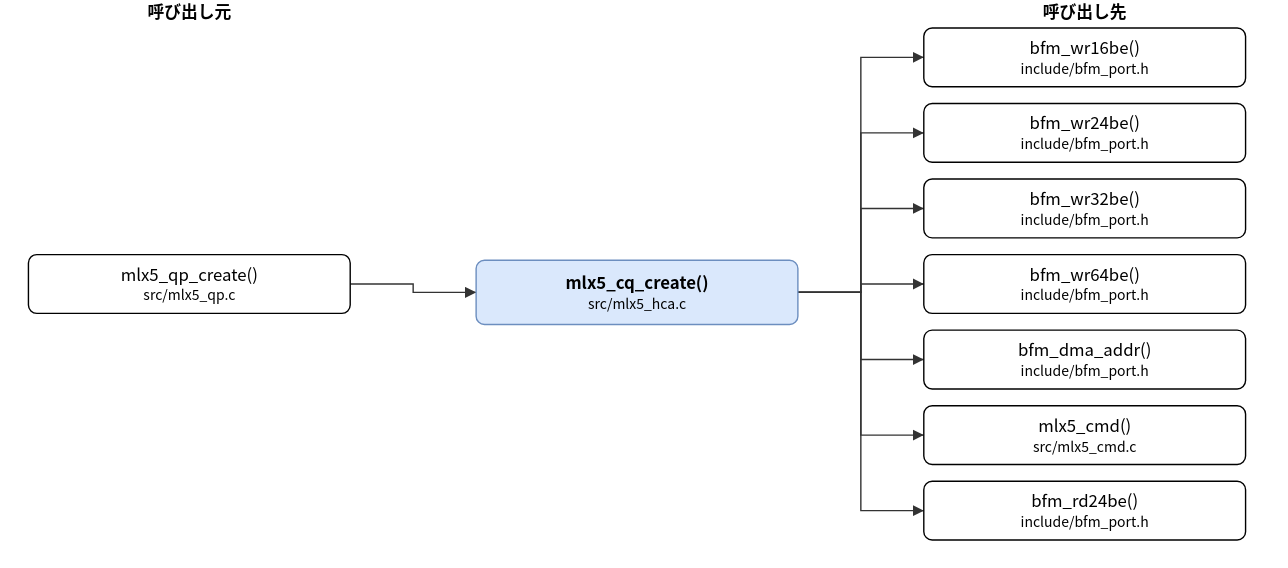
The draw.io diagram doc/spec/images/call_src_mlx5_hca-mlx5_cq_create.drawio.svg in hf355051012-ai/bfmem, before a commit. Source tidied: cells renumbered, new cells last; positions are measured from the earlier drawing's top-left corner, leaving out a move shared by most shapes. Its diagram source:
```xml
<mxGraphModel>
  <root>
    <mxCell id="0" />
    <mxCell id="1" parent="0" />
    <mxCell id="2" value="mlx5_cq_create()&lt;br&gt;&lt;font style=&quot;font-size:10px&quot;&gt;src/mlx5_hca.c&lt;/font&gt;" style="rounded=1;whiteSpace=wrap;html=1;fillColor=#dae8fc;strokeColor=#6c8ebf;fontStyle=1;" parent="1" vertex="1">
      <mxGeometry x="320" y="186" width="230" height="46" as="geometry" />
    </mxCell>
    <mxCell id="3" value="mlx5_qp_create()&lt;br&gt;&lt;font style=&quot;font-size:10px&quot;&gt;src/mlx5_qp.c&lt;/font&gt;" style="rounded=1;whiteSpace=wrap;html=1;" parent="1" vertex="1">
      <mxGeometry y="182" width="230" height="42" as="geometry" />
    </mxCell>
    <mxCell id="4" value="bfm_wr16be()&lt;br&gt;&lt;font style=&quot;font-size:10px&quot;&gt;include/bfm_port.h&lt;/font&gt;" style="rounded=1;whiteSpace=wrap;html=1;" parent="1" vertex="1">
      <mxGeometry x="640" y="20" width="230" height="42" as="geometry" />
    </mxCell>
    <mxCell id="5" value="bfm_wr24be()&lt;br&gt;&lt;font style=&quot;font-size:10px&quot;&gt;include/bfm_port.h&lt;/font&gt;" style="rounded=1;whiteSpace=wrap;html=1;" parent="1" vertex="1">
      <mxGeometry x="640" y="74" width="230" height="42" as="geometry" />
    </mxCell>
    <mxCell id="6" value="bfm_wr32be()&lt;br&gt;&lt;font style=&quot;font-size:10px&quot;&gt;include/bfm_port.h&lt;/font&gt;" style="rounded=1;whiteSpace=wrap;html=1;" parent="1" vertex="1">
      <mxGeometry x="640" y="128" width="230" height="42" as="geometry" />
    </mxCell>
    <mxCell id="7" value="bfm_wr64be()&lt;br&gt;&lt;font style=&quot;font-size:10px&quot;&gt;include/bfm_port.h&lt;/font&gt;" style="rounded=1;whiteSpace=wrap;html=1;" parent="1" vertex="1">
      <mxGeometry x="640" y="182" width="230" height="42" as="geometry" />
    </mxCell>
    <mxCell id="8" value="bfm_dma_addr()&lt;br&gt;&lt;font style=&quot;font-size:10px&quot;&gt;include/bfm_port.h&lt;/font&gt;" style="rounded=1;whiteSpace=wrap;html=1;" parent="1" vertex="1">
      <mxGeometry x="640" y="236" width="230" height="42" as="geometry" />
    </mxCell>
    <mxCell id="9" value="mlx5_cmd()&lt;br&gt;&lt;font style=&quot;font-size:10px&quot;&gt;src/mlx5_cmd.c&lt;/font&gt;" style="rounded=1;whiteSpace=wrap;html=1;" parent="1" vertex="1">
      <mxGeometry x="640" y="290" width="230" height="42" as="geometry" />
    </mxCell>
    <mxCell id="10" value="bfm_rd24be()&lt;br&gt;&lt;font style=&quot;font-size:10px&quot;&gt;include/bfm_port.h&lt;/font&gt;" style="rounded=1;whiteSpace=wrap;html=1;" parent="1" vertex="1">
      <mxGeometry x="640" y="344" width="230" height="42" as="geometry" />
    </mxCell>
    <mxCell id="11" style="edgeStyle=none;html=1;rounded=0;endArrow=block;endFill=1;exitX=1.0000;exitY=0.5000;exitDx=0;exitDy=0;exitPerimeter=0;entryX=0.0000;entryY=0.5000;entryDx=0;entryDy=0;entryPerimeter=0;" parent="1" edge="1" source="3" target="2">
      <mxGeometry relative="1" as="geometry">
        <Array as="points">
          <mxPoint x="275" y="203" />
          <mxPoint x="275" y="209" />
        </Array>
      </mxGeometry>
    </mxCell>
    <mxCell id="12" style="edgeStyle=none;html=1;rounded=0;endArrow=block;endFill=1;exitX=1.0000;exitY=0.5000;exitDx=0;exitDy=0;exitPerimeter=0;entryX=0.0000;entryY=0.5000;entryDx=0;entryDy=0;entryPerimeter=0;" parent="1" edge="1" source="2" target="4">
      <mxGeometry relative="1" as="geometry">
        <Array as="points">
          <mxPoint x="595" y="209" />
          <mxPoint x="595" y="41" />
        </Array>
      </mxGeometry>
    </mxCell>
    <mxCell id="13" style="edgeStyle=none;html=1;rounded=0;endArrow=block;endFill=1;exitX=1.0000;exitY=0.5000;exitDx=0;exitDy=0;exitPerimeter=0;entryX=0.0000;entryY=0.5000;entryDx=0;entryDy=0;entryPerimeter=0;" parent="1" edge="1" source="2" target="5">
      <mxGeometry relative="1" as="geometry">
        <Array as="points">
          <mxPoint x="595" y="209" />
          <mxPoint x="595" y="95" />
        </Array>
      </mxGeometry>
    </mxCell>
    <mxCell id="14" style="edgeStyle=none;html=1;rounded=0;endArrow=block;endFill=1;exitX=1.0000;exitY=0.5000;exitDx=0;exitDy=0;exitPerimeter=0;entryX=0.0000;entryY=0.5000;entryDx=0;entryDy=0;entryPerimeter=0;" parent="1" edge="1" source="2" target="6">
      <mxGeometry relative="1" as="geometry">
        <Array as="points">
          <mxPoint x="595" y="209" />
          <mxPoint x="595" y="149" />
        </Array>
      </mxGeometry>
    </mxCell>
    <mxCell id="15" style="edgeStyle=none;html=1;rounded=0;endArrow=block;endFill=1;exitX=1.0000;exitY=0.5000;exitDx=0;exitDy=0;exitPerimeter=0;entryX=0.0000;entryY=0.5000;entryDx=0;entryDy=0;entryPerimeter=0;" parent="1" edge="1" source="2" target="7">
      <mxGeometry relative="1" as="geometry">
        <Array as="points">
          <mxPoint x="595" y="209" />
          <mxPoint x="595" y="203" />
        </Array>
      </mxGeometry>
    </mxCell>
    <mxCell id="16" style="edgeStyle=none;html=1;rounded=0;endArrow=block;endFill=1;exitX=1.0000;exitY=0.5000;exitDx=0;exitDy=0;exitPerimeter=0;entryX=0.0000;entryY=0.5000;entryDx=0;entryDy=0;entryPerimeter=0;" parent="1" edge="1" source="2" target="8">
      <mxGeometry relative="1" as="geometry">
        <Array as="points">
          <mxPoint x="595" y="209" />
          <mxPoint x="595" y="257" />
        </Array>
      </mxGeometry>
    </mxCell>
    <mxCell id="17" style="edgeStyle=none;html=1;rounded=0;endArrow=block;endFill=1;exitX=1.0000;exitY=0.5000;exitDx=0;exitDy=0;exitPerimeter=0;entryX=0.0000;entryY=0.5000;entryDx=0;entryDy=0;entryPerimeter=0;" parent="1" edge="1" source="2" target="9">
      <mxGeometry relative="1" as="geometry">
        <Array as="points">
          <mxPoint x="595" y="209" />
          <mxPoint x="595" y="311" />
        </Array>
      </mxGeometry>
    </mxCell>
    <mxCell id="18" style="edgeStyle=none;html=1;rounded=0;endArrow=block;endFill=1;exitX=1.0000;exitY=0.5000;exitDx=0;exitDy=0;exitPerimeter=0;entryX=0.0000;entryY=0.5000;entryDx=0;entryDy=0;entryPerimeter=0;" parent="1" edge="1" source="2" target="10">
      <mxGeometry relative="1" as="geometry">
        <Array as="points">
          <mxPoint x="595" y="209" />
          <mxPoint x="595" y="365" />
        </Array>
      </mxGeometry>
    </mxCell>
    <mxCell id="19" value="呼び出し元" style="text;html=1;align=center;fontStyle=1;" parent="1" vertex="1">
      <mxGeometry x="35" width="160" height="18" as="geometry" />
    </mxCell>
    <mxCell id="20" value="呼び出し先" style="text;html=1;align=center;fontStyle=1;" parent="1" vertex="1">
      <mxGeometry x="675" width="160" height="18" as="geometry" />
    </mxCell>
  </root>
</mxGraphModel>
```
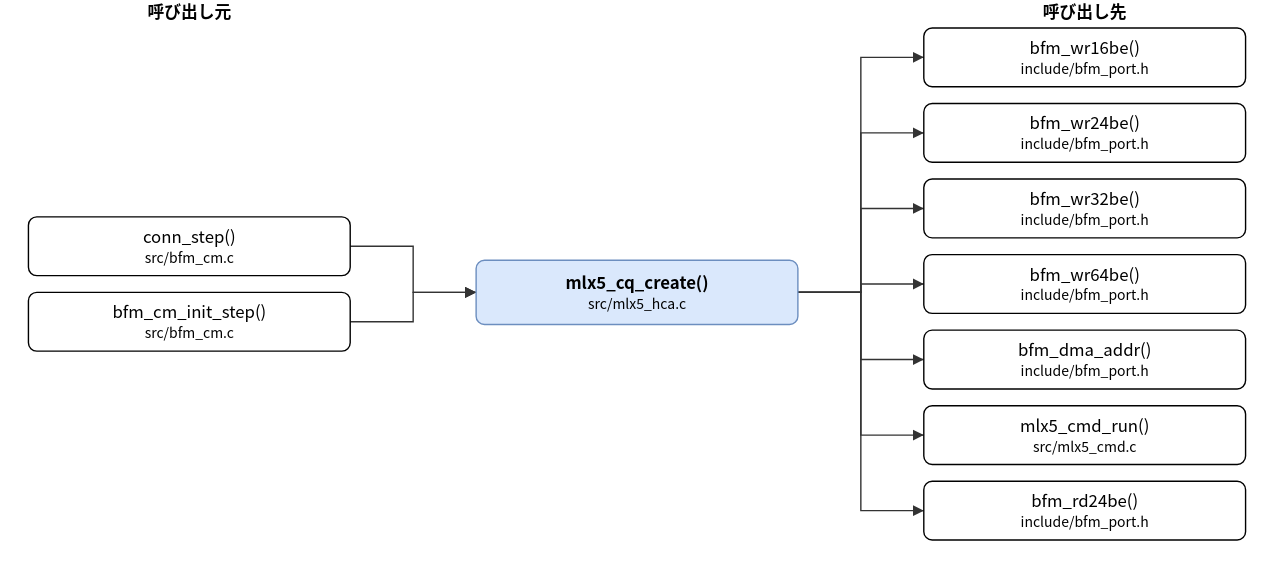
The same diagram one commit later.

What changed in the source:
```diff
@@ -5,9 +5,12 @@
     <mxCell id="2" value="mlx5_cq_create()&lt;br&gt;&lt;font style=&quot;font-size:10px&quot;&gt;src/mlx5_hca.c&lt;/font&gt;" style="rounded=1;whiteSpace=wrap;html=1;fillColor=#dae8fc;strokeColor=#6c8ebf;fontStyle=1;" parent="1" vertex="1">
       <mxGeometry x="320" y="186" width="230" height="46" as="geometry" />
     </mxCell>
-    <mxCell id="3" value="mlx5_qp_create()&lt;br&gt;&lt;font style=&quot;font-size:10px&quot;&gt;src/mlx5_qp.c&lt;/font&gt;" style="rounded=1;whiteSpace=wrap;html=1;" parent="1" vertex="1">
-      <mxGeometry y="182" width="230" height="42" as="geometry" />
+    <mxCell id="3" value="conn_step()&lt;br&gt;&lt;font style=&quot;font-size:10px&quot;&gt;src/bfm_cm.c&lt;/font&gt;" style="rounded=1;whiteSpace=wrap;html=1;" parent="1" vertex="1">
+      <mxGeometry y="155" width="230" height="42" as="geometry" />
     </mxCell>
+    <mxCell id="21" value="bfm_cm_init_step()&lt;br&gt;&lt;font style=&quot;font-size:10px&quot;&gt;src/bfm_cm.c&lt;/font&gt;" style="rounded=1;whiteSpace=wrap;html=1;" parent="1" vertex="1">
+      <mxGeometry y="209" width="230" height="42" as="geometry" />
+    </mxCell>
     <mxCell id="4" value="bfm_wr16be()&lt;br&gt;&lt;font style=&quot;font-size:10px&quot;&gt;include/bfm_port.h&lt;/font&gt;" style="rounded=1;whiteSpace=wrap;html=1;" parent="1" vertex="1">
       <mxGeometry x="640" y="20" width="230" height="42" as="geometry" />
     </mxCell>
@@ -23,7 +26,7 @@
     <mxCell id="8" value="bfm_dma_addr()&lt;br&gt;&lt;font style=&quot;font-size:10px&quot;&gt;include/bfm_port.h&lt;/font&gt;" style="rounded=1;whiteSpace=wrap;html=1;" parent="1" vertex="1">
       <mxGeometry x="640" y="236" width="230" height="42" as="geometry" />
     </mxCell>
-    <mxCell id="9" value="mlx5_cmd()&lt;br&gt;&lt;font style=&quot;font-size:10px&quot;&gt;src/mlx5_cmd.c&lt;/font&gt;" style="rounded=1;whiteSpace=wrap;html=1;" parent="1" vertex="1">
+    <mxCell id="9" value="mlx5_cmd_run()&lt;br&gt;&lt;font style=&quot;font-size:10px&quot;&gt;src/mlx5_cmd.c&lt;/font&gt;" style="rounded=1;whiteSpace=wrap;html=1;" parent="1" vertex="1">
       <mxGeometry x="640" y="290" width="230" height="42" as="geometry" />
     </mxCell>
     <mxCell id="10" value="bfm_rd24be()&lt;br&gt;&lt;font style=&quot;font-size:10px&quot;&gt;include/bfm_port.h&lt;/font&gt;" style="rounded=1;whiteSpace=wrap;html=1;" parent="1" vertex="1">
@@ -32,67 +35,75 @@
     <mxCell id="11" style="edgeStyle=none;html=1;rounded=0;endArrow=block;endFill=1;exitX=1.0000;exitY=0.5000;exitDx=0;exitDy=0;exitPerimeter=0;entryX=0.0000;entryY=0.5000;entryDx=0;entryDy=0;entryPerimeter=0;" parent="1" edge="1" source="3" target="2">
       <mxGeometry relative="1" as="geometry">
         <Array as="points">
-          <mxPoint x="275" y="203" />
+          <mxPoint x="275" y="176" />
           <mxPoint x="275" y="209" />
         </Array>
       </mxGeometry>
     </mxCell>
-    <mxCell id="12" style="edgeStyle=none;html=1;rounded=0;endArrow=block;endFill=1;exitX=1.0000;exitY=0.5000;exitDx=0;exitDy=0;exitPerimeter=0;entryX=0.0000;entryY=0.5000;entryDx=0;entryDy=0;entryPerimeter=0;" parent="1" edge="1" source="2" target="4">
+    <mxCell id="12" style="edgeStyle=none;html=1;rounded=0;endArrow=block;endFill=1;exitX=1.0000;exitY=0.5000;exitDx=0;exitDy=0;exitPerimeter=0;entryX=0.0000;entryY=0.5000;entryDx=0;entryDy=0;entryPerimeter=0;" parent="1" edge="1" source="21" target="2">
       <mxGeometry relative="1" as="geometry">
         <Array as="points">
-          <mxPoint x="595" y="209" />
-          <mxPoint x="595" y="41" />
+          <mxPoint x="275" y="230" />
+          <mxPoint x="275" y="209" />
         </Array>
       </mxGeometry>
     </mxCell>
-    <mxCell id="13" style="edgeStyle=none;html=1;rounded=0;endArrow=block;endFill=1;exitX=1.0000;exitY=0.5000;exitDx=0;exitDy=0;exitPerimeter=0;entryX=0.0000;entryY=0.5000;entryDx=0;entryDy=0;entryPerimeter=0;" parent="1" edge="1" source="2" target="5">
+    <mxCell id="13" style="edgeStyle=none;html=1;rounded=0;endArrow=block;endFill=1;exitX=1.0000;exitY=0.5000;exitDx=0;exitDy=0;exitPerimeter=0;entryX=0.0000;entryY=0.5000;entryDx=0;entryDy=0;entryPerimeter=0;" parent="1" edge="1" source="2" target="4">
       <mxGeometry relative="1" as="geometry">
         <Array as="points">
           <mxPoint x="595" y="209" />
-          <mxPoint x="595" y="95" />
+          <mxPoint x="595" y="41" />
         </Array>
       </mxGeometry>
     </mxCell>
-    <mxCell id="14" style="edgeStyle=none;html=1;rounded=0;endArrow=block;endFill=1;exitX=1.0000;exitY=0.5000;exitDx=0;exitDy=0;exitPerimeter=0;entryX=0.0000;entryY=0.5000;entryDx=0;entryDy=0;entryPerimeter=0;" parent="1" edge="1" source="2" target="6">
+    <mxCell id="14" style="edgeStyle=none;html=1;rounded=0;endArrow=block;endFill=1;exitX=1.0000;exitY=0.5000;exitDx=0;exitDy=0;exitPerimeter=0;entryX=0.0000;entryY=0.5000;entryDx=0;entryDy=0;entryPerimeter=0;" parent="1" edge="1" source="2" target="5">
       <mxGeometry relative="1" as="geometry">
         <Array as="points">
           <mxPoint x="595" y="209" />
-          <mxPoint x="595" y="149" />
+          <mxPoint x="595" y="95" />
         </Array>
       </mxGeometry>
     </mxCell>
-    <mxCell id="15" style="edgeStyle=none;html=1;rounded=0;endArrow=block;endFill=1;exitX=1.0000;exitY=0.5000;exitDx=0;exitDy=0;exitPerimeter=0;entryX=0.0000;entryY=0.5000;entryDx=0;entryDy=0;entryPerimeter=0;" parent="1" edge="1" source="2" target="7">
+    <mxCell id="15" style="edgeStyle=none;html=1;rounded=0;endArrow=block;endFill=1;exitX=1.0000;exitY=0.5000;exitDx=0;exitDy=0;exitPerimeter=0;entryX=0.0000;entryY=0.5000;entryDx=0;entryDy=0;entryPerimeter=0;" parent="1" edge="1" source="2" target="6">
       <mxGeometry relative="1" as="geometry">
         <Array as="points">
           <mxPoint x="595" y="209" />
-          <mxPoint x="595" y="203" />
+          <mxPoint x="595" y="149" />
         </Array>
       </mxGeometry>
     </mxCell>
-    <mxCell id="16" style="edgeStyle=none;html=1;rounded=0;endArrow=block;endFill=1;exitX=1.0000;exitY=0.5000;exitDx=0;exitDy=0;exitPerimeter=0;entryX=0.0000;entryY=0.5000;entryDx=0;entryDy=0;entryPerimeter=0;" parent="1" edge="1" source="2" target="8">
+    <mxCell id="16" style="edgeStyle=none;html=1;rounded=0;endArrow=block;endFill=1;exitX=1.0000;exitY=0.5000;exitDx=0;exitDy=0;exitPerimeter=0;entryX=0.0000;entryY=0.5000;entryDx=0;entryDy=0;entryPerimeter=0;" parent="1" edge="1" source="2" target="7">
       <mxGeometry relative="1" as="geometry">
         <Array as="points">
           <mxPoint x="595" y="209" />
-          <mxPoint x="595" y="257" />
+          <mxPoint x="595" y="203" />
         </Array>
       </mxGeometry>
     </mxCell>
-    <mxCell id="17" style="edgeStyle=none;html=1;rounded=0;endArrow=block;endFill=1;exitX=1.0000;exitY=0.5000;exitDx=0;exitDy=0;exitPerimeter=0;entryX=0.0000;entryY=0.5000;entryDx=0;entryDy=0;entryPerimeter=0;" parent="1" edge="1" source="2" target="9">
+    <mxCell id="17" style="edgeStyle=none;html=1;rounded=0;endArrow=block;endFill=1;exitX=1.0000;exitY=0.5000;exitDx=0;exitDy=0;exitPerimeter=0;entryX=0.0000;entryY=0.5000;entryDx=0;entryDy=0;entryPerimeter=0;" parent="1" edge="1" source="2" target="8">
       <mxGeometry relative="1" as="geometry">
         <Array as="points">
           <mxPoint x="595" y="209" />
-          <mxPoint x="595" y="311" />
+          <mxPoint x="595" y="257" />
         </Array>
       </mxGeometry>
     </mxCell>
-    <mxCell id="18" style="edgeStyle=none;html=1;rounded=0;endArrow=block;endFill=1;exitX=1.0000;exitY=0.5000;exitDx=0;exitDy=0;exitPerimeter=0;entryX=0.0000;entryY=0.5000;entryDx=0;entryDy=0;entryPerimeter=0;" parent="1" edge="1" source="2" target="10">
+    <mxCell id="18" style="edgeStyle=none;html=1;rounded=0;endArrow=block;endFill=1;exitX=1.0000;exitY=0.5000;exitDx=0;exitDy=0;exitPerimeter=0;entryX=0.0000;entryY=0.5000;entryDx=0;entryDy=0;entryPerimeter=0;" parent="1" edge="1" source="2" target="9">
       <mxGeometry relative="1" as="geometry">
         <Array as="points">
           <mxPoint x="595" y="209" />
-          <mxPoint x="595" y="365" />
+          <mxPoint x="595" y="311" />
         </Array>
       </mxGeometry>
     </mxCell>
+    <mxCell id="22" style="edgeStyle=none;html=1;rounded=0;endArrow=block;endFill=1;exitX=1.0000;exitY=0.5000;exitDx=0;exitDy=0;exitPerimeter=0;entryX=0.0000;entryY=0.5000;entryDx=0;entryDy=0;entryPerimeter=0;" parent="1" edge="1" source="2" target="10">
+      <mxGeometry relative="1" as="geometry">
+        <Array as="points">
+          <mxPoint x="595" y="209" />
+          <mxPoint x="595" y="365" />
+        </Array>
+      </mxGeometry>
+    </mxCell>
     <mxCell id="19" value="呼び出し元" style="text;html=1;align=center;fontStyle=1;" parent="1" vertex="1">
       <mxGeometry x="35" width="160" height="18" as="geometry" />
     </mxCell>
```
